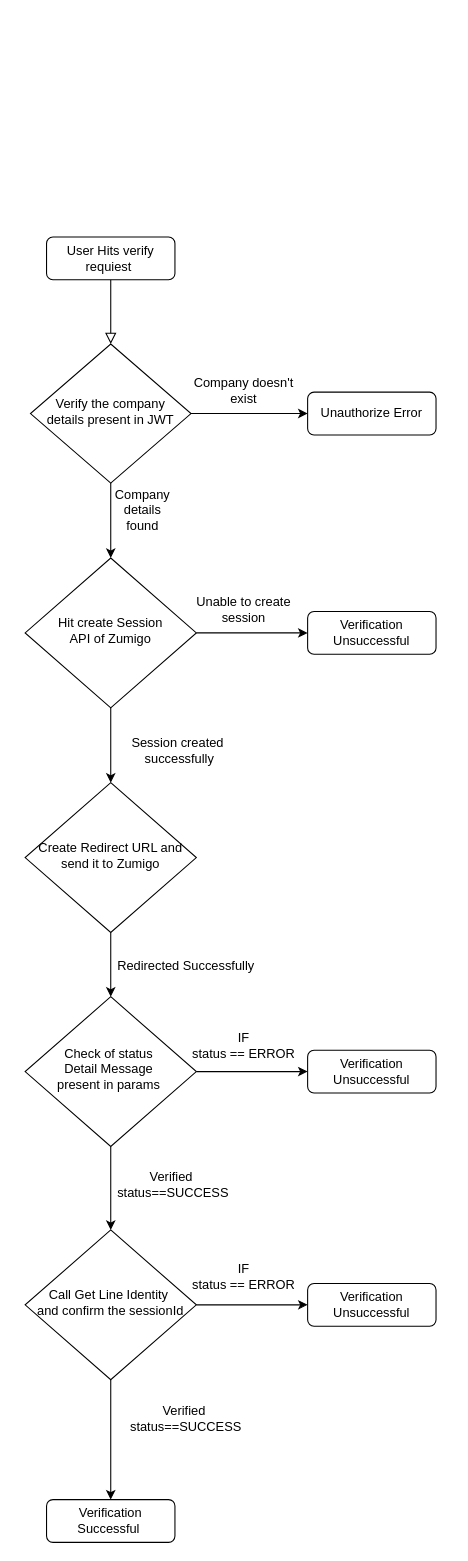
The draw.io diagram flow.drawio in jprasuk112/Diagrams, before the edit. Source tidied: cells renumbered, new cells numbered last; positions are measured from the earlier drawing's top-left corner, leaving out a move shared by most shapes. Both pictures are drawn from the tidied source at 107%, with x=0, y=0 at pixel (25, 236).
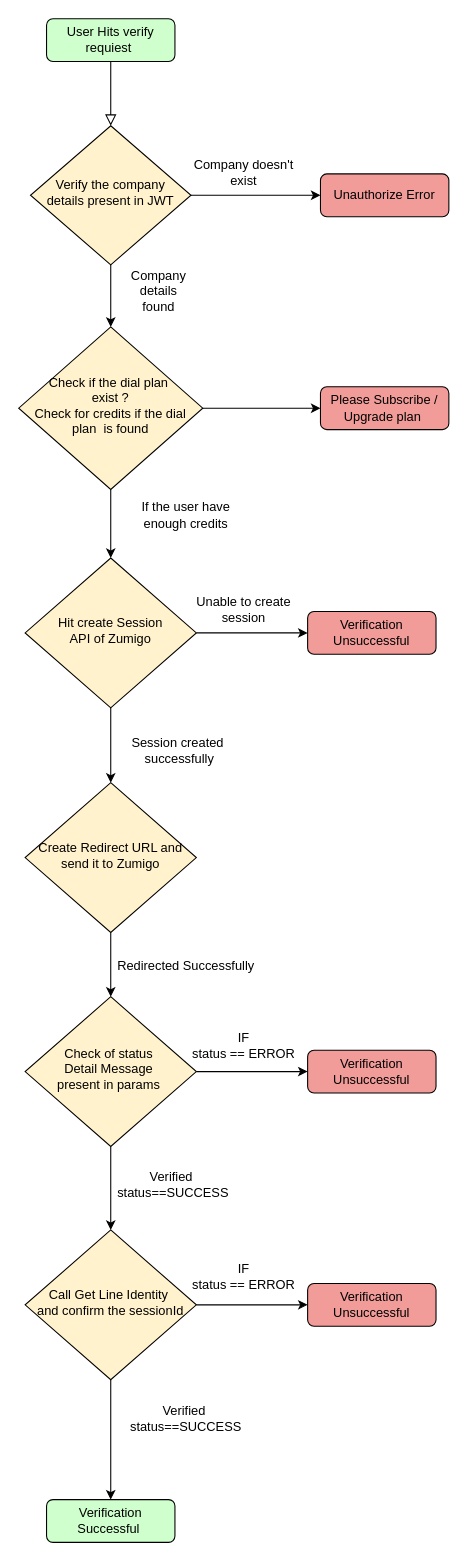
Above is the later version.

The edit, as a diff of the source:
```diff
@@
-    <mxCell id="3" value="User Hits verify requiest&amp;nbsp;" style="rounded=1;whiteSpace=wrap;html=1;fontSize=12;glass=0;strokeWidth=1;shadow=0;" parent="1" vertex="1">
-      <mxGeometry x="20" width="120" height="40" as="geometry" />
+    <mxCell id="3" value="User Hits verify requiest&amp;nbsp;" style="rounded=1;whiteSpace=wrap;html=1;fontSize=12;glass=0;strokeWidth=1;shadow=0;fillColor=#CFFFCC;" parent="1" vertex="1">
+      <mxGeometry x="20" y="-204" width="120" height="40" as="geometry" />
     </mxCell>
@@
-    <mxCell id="5" style="edgeStyle=orthogonalEdgeStyle;rounded=0;jettySize=auto;html=1;" parent="1" edge="1" source="6" target="10">
-      <mxGeometry relative="1" as="geometry" />
-    </mxCell>
+    <mxCell id="32" style="edgeStyle=orthogonalEdgeStyle;rounded=0;jettySize=auto;html=1;" parent="1" edge="1" source="6" target="35">
+      <mxGeometry relative="1" as="geometry" />
+    </mxCell>
-    <mxCell id="6" value="Verify the company details present in JWT" style="rhombus;whiteSpace=wrap;html=1;shadow=0;fontFamily=Helvetica;fontSize=12;align=center;strokeWidth=1;spacing=6;spacingTop=-4;" parent="1" vertex="1">
-      <mxGeometry x="5" y="100" width="150" height="130" as="geometry" />
+    <mxCell id="6" value="Verify the company details present in JWT" style="rhombus;whiteSpace=wrap;html=1;shadow=0;fontFamily=Helvetica;fontSize=12;align=center;strokeWidth=1;spacing=6;spacingTop=-4;fillColor=#FFF2CC;" parent="1" vertex="1">
+      <mxGeometry x="5" y="-104" width="150" height="130" as="geometry" />
     </mxCell>
-    <mxCell id="7" value="Unauthorize Error" style="rounded=1;whiteSpace=wrap;html=1;fontSize=12;glass=0;strokeWidth=1;shadow=0;" parent="1" vertex="1">
-      <mxGeometry x="264" y="145" width="120" height="40" as="geometry" />
+    <mxCell id="7" value="Unauthorize Error" style="rounded=1;whiteSpace=wrap;html=1;fontSize=12;glass=0;strokeWidth=1;shadow=0;fillColor=#F19C99;" parent="1" vertex="1">
+      <mxGeometry x="276" y="-59" width="120" height="40" as="geometry" />
     </mxCell>
@@
-    <mxCell id="10" value="Hit create Session &lt;br&gt;API of Zumigo" style="rhombus;whiteSpace=wrap;html=1;shadow=0;fontFamily=Helvetica;fontSize=12;align=center;strokeWidth=1;spacing=6;spacingTop=-4;" parent="1" vertex="1">
+    <mxCell id="10" value="Hit create Session &lt;br&gt;API of Zumigo" style="rhombus;whiteSpace=wrap;html=1;shadow=0;fontFamily=Helvetica;fontSize=12;align=center;strokeWidth=1;spacing=6;spacingTop=-4;fillColor=#FFF2CC;" parent="1" vertex="1">
       <mxGeometry y="300" width="160" height="140" as="geometry" />
     </mxCell>
-    <mxCell id="11" value="Verification Unsuccessful" style="rounded=1;whiteSpace=wrap;html=1;fontSize=12;glass=0;strokeWidth=1;shadow=0;" parent="1" vertex="1">
+    <mxCell id="11" value="Verification Unsuccessful" style="rounded=1;whiteSpace=wrap;html=1;fontSize=12;glass=0;strokeWidth=1;shadow=0;fillColor=#F19C99;" parent="1" vertex="1">
       <mxGeometry x="264" y="350" width="120" height="40" as="geometry" />
     </mxCell>
@@
-    <mxCell id="13" value="Create Redirect URL and &lt;br&gt;send it to Zumigo" style="rhombus;whiteSpace=wrap;html=1;shadow=0;fontFamily=Helvetica;fontSize=12;align=center;strokeWidth=1;spacing=6;spacingTop=-4;" parent="1" vertex="1">
+    <mxCell id="13" value="Create Redirect URL and &lt;br&gt;send it to Zumigo" style="rhombus;whiteSpace=wrap;html=1;shadow=0;fontFamily=Helvetica;fontSize=12;align=center;strokeWidth=1;spacing=6;spacingTop=-4;fillColor=#FFF2CC;" parent="1" vertex="1">
       <mxGeometry y="510" width="160" height="140" as="geometry" />
     </mxCell>
@@
-    <mxCell id="16" value="Check of status&amp;nbsp;&lt;br&gt;Detail Message&amp;nbsp;&lt;br&gt;present in params&amp;nbsp;" style="rhombus;whiteSpace=wrap;html=1;shadow=0;fontFamily=Helvetica;fontSize=12;align=center;strokeWidth=1;spacing=6;spacingTop=-4;" parent="1" vertex="1">
+    <mxCell id="16" value="Check of status&amp;nbsp;&lt;br&gt;Detail Message&amp;nbsp;&lt;br&gt;present in params&amp;nbsp;" style="rhombus;whiteSpace=wrap;html=1;shadow=0;fontFamily=Helvetica;fontSize=12;align=center;strokeWidth=1;spacing=6;spacingTop=-4;fillColor=#FFF2CC;" parent="1" vertex="1">
       <mxGeometry y="710" width="160" height="140" as="geometry" />
     </mxCell>
@@
-    <mxCell id="19" value="Call Get Line Identity&amp;nbsp;&lt;br&gt;and confirm the sessionId" style="rhombus;whiteSpace=wrap;html=1;shadow=0;fontFamily=Helvetica;fontSize=12;align=center;strokeWidth=1;spacing=6;spacingTop=-4;" parent="1" vertex="1">
+    <mxCell id="19" value="Call Get Line Identity&amp;nbsp;&lt;br&gt;and confirm the sessionId" style="rhombus;whiteSpace=wrap;html=1;shadow=0;fontFamily=Helvetica;fontSize=12;align=center;strokeWidth=1;spacing=6;spacingTop=-4;fillColor=#FFF2CC;" parent="1" vertex="1">
       <mxGeometry y="928" width="160" height="140" as="geometry" />
     </mxCell>
-    <mxCell id="20" value="Verification Successful&amp;nbsp;" style="rounded=1;whiteSpace=wrap;html=1;fontSize=12;glass=0;strokeWidth=1;shadow=0;" parent="1" vertex="1">
+    <mxCell id="20" value="Verification Successful&amp;nbsp;" style="rounded=1;whiteSpace=wrap;html=1;fontSize=12;glass=0;strokeWidth=1;shadow=0;fillColor=#CFFFCC;" parent="1" vertex="1">
       <mxGeometry x="20" y="1180" width="120" height="40" as="geometry" />
     </mxCell>
-    <mxCell id="21" value="Verification Unsuccessful" style="rounded=1;whiteSpace=wrap;html=1;fontSize=12;glass=0;strokeWidth=1;shadow=0;" parent="1" vertex="1">
+    <mxCell id="21" value="Verification Unsuccessful" style="rounded=1;whiteSpace=wrap;html=1;fontSize=12;glass=0;strokeWidth=1;shadow=0;fillColor=#F19C99;" parent="1" vertex="1">
       <mxGeometry x="264" y="760" width="120" height="40" as="geometry" />
     </mxCell>
-    <mxCell id="22" value="Verification&lt;br&gt;Unsuccessful" style="rounded=1;whiteSpace=wrap;html=1;fontSize=12;glass=0;strokeWidth=1;shadow=0;" parent="1" vertex="1">
+    <mxCell id="22" value="Verification&lt;br&gt;Unsuccessful" style="rounded=1;whiteSpace=wrap;html=1;fontSize=12;glass=0;strokeWidth=1;shadow=0;fillColor=#F19C99;" parent="1" vertex="1">
       <mxGeometry x="264" y="978" width="120" height="40" as="geometry" />
     </mxCell>
@@
     <mxCell id="30" value="Company doesn't&lt;br&gt;exist" style="text;html=1;align=center;verticalAlign=middle;strokeColor=none;fillColor=none;" parent="1" vertex="1">
-      <mxGeometry x="144" y="120" width="120" height="48" as="geometry" />
+      <mxGeometry x="144" y="-84" width="120" height="48" as="geometry" />
     </mxCell>
     <mxCell id="31" value="Company details found" style="text;strokeColor=none;align=center;fillColor=none;html=1;verticalAlign=middle;whiteSpace=wrap;rounded=0;" parent="1" vertex="1">
-      <mxGeometry x="80" y="240" width="60" height="30" as="geometry" />
+      <mxGeometry x="95" y="36" width="60" height="30" as="geometry" />
     </mxCell>
+    <mxCell id="33" style="edgeStyle=orthogonalEdgeStyle;rounded=0;jettySize=auto;html=1;" parent="1" edge="1" source="35" target="10">
+      <mxGeometry relative="1" as="geometry" />
+    </mxCell>
+    <mxCell id="34" style="edgeStyle=orthogonalEdgeStyle;rounded=0;jettySize=auto;html=1;" parent="1" edge="1" source="35" target="36">
+      <mxGeometry relative="1" as="geometry" />
+    </mxCell>
+    <mxCell id="35" value="Check if the dial plan&amp;nbsp;&lt;br&gt;exist ?&lt;br&gt;Check for credits if the dial plan&amp;nbsp; is found" style="rhombus;whiteSpace=wrap;html=1;shadow=0;fontFamily=Helvetica;fontSize=12;align=center;strokeWidth=1;spacing=6;spacingTop=-4;fillColor=#FFF2CC;" parent="1" vertex="1">
+      <mxGeometry x="-6" y="84" width="172" height="152" as="geometry" />
+    </mxCell>
+    <mxCell id="36" value="Please Subscribe / Upgrade plan&amp;nbsp;" style="rounded=1;whiteSpace=wrap;html=1;fontSize=12;glass=0;strokeWidth=1;shadow=0;fillColor=#F19C99;" parent="1" vertex="1">
+      <mxGeometry x="276" y="140" width="120" height="40" as="geometry" />
+    </mxCell>
+    <mxCell id="37" value="If the user have &lt;br&gt;enough credits" style="text;html=1;align=center;verticalAlign=middle;strokeColor=none;fillColor=none;" parent="1" vertex="1">
+      <mxGeometry x="96" y="236" width="108" height="48" as="geometry" />
+    </mxCell>
```
